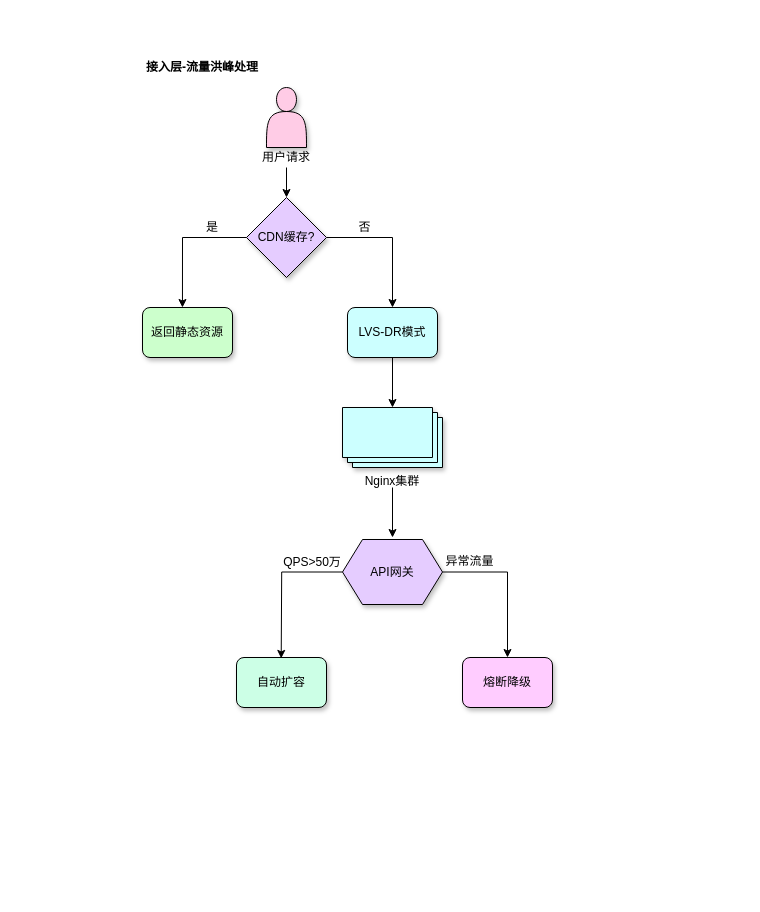
Above: achitecture_diagram/架构分层-接入层.drawio in abigalexy/online_drawing (draw.io), before the change. Source tidied: cells renumbered, new cells numbered last; positions are measured from the earlier drawing's top-left corner, leaving out a move shared by most shapes. Both pictures are drawn from the tidied source at 100%, with x=0, y=0 at pixel (142, 57).
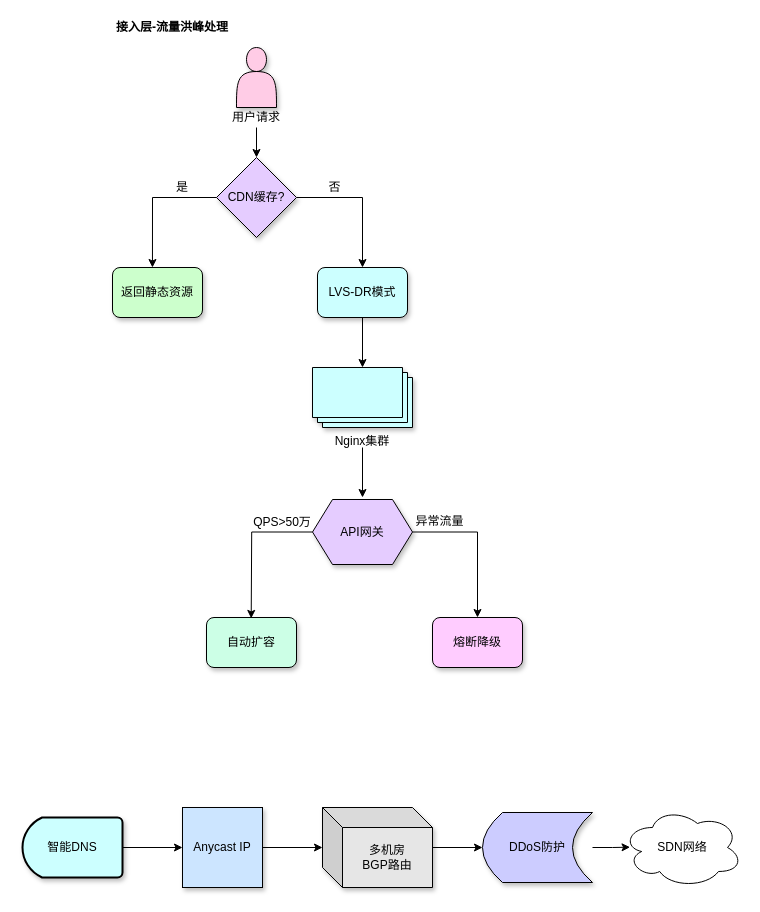
After the change.

Commit message (it also covers changes not shown here):
更新架构分层-接入层.drawio

Diff of the diagram source:
```diff
@@
+    <mxCell id="25" style="group;" parent="1" vertex="1">
+      <mxGeometry x="-30" y="-40" width="410" height="650" as="geometry" />
+    </mxCell>
-    <mxCell id="2" value="&lt;b&gt;接入层-流量洪峰处理&lt;/b&gt;" style="text;strokeColor=none;align=center;fillColor=none;html=1;verticalAlign=middle;whiteSpace=wrap;rounded=0;" parent="1" vertex="1">
+    <mxCell id="2" value="&lt;b&gt;接入层-流量洪峰处理&lt;/b&gt;" style="text;strokeColor=none;align=center;fillColor=none;html=1;verticalAlign=middle;whiteSpace=wrap;rounded=0;" parent="25" vertex="1">
       <mxGeometry width="120" height="20" as="geometry" />
     </mxCell>
-    <mxCell id="3" style="group;" parent="1" vertex="1">
+    <mxCell id="3" style="group;" parent="25" vertex="1">
       <mxGeometry y="30" width="410" height="620" as="geometry" />
     </mxCell>
@@
+    <mxCell id="26" style="group;" parent="1" vertex="1">
+      <mxGeometry x="-120" y="750" width="720" height="80" as="geometry" />
+    </mxCell>
+    <mxCell id="27" style="edgeStyle=orthogonalEdgeStyle;rounded=0;jettySize=auto;html=1;entryX=0;entryY=0.5;entryDx=0;entryDy=0;" parent="26" edge="1" source="28" target="29">
+      <mxGeometry relative="1" as="geometry" />
+    </mxCell>
+    <mxCell id="28" value="智能DNS" style="strokeWidth=2;html=1;shape=mxgraph.flowchart.delay;whiteSpace=wrap;fillColor=#CCFFFF;shadow=1;direction=west;" parent="26" vertex="1">
+      <mxGeometry y="10" width="100" height="60" as="geometry" />
+    </mxCell>
+    <mxCell id="29" value="Anycast IP" style="whiteSpace=wrap;html=1;fillColor=#CCE5FF;shadow=1;" parent="26" vertex="1">
+      <mxGeometry x="160" width="80" height="80" as="geometry" />
+    </mxCell>
+    <mxCell id="30" value="DDoS防护" style="shape=dataStorage;whiteSpace=wrap;html=1;fixedSize=1;fillColor=#CCCCFF;shadow=1;" parent="26" vertex="1">
+      <mxGeometry x="460" y="5" width="110" height="70" as="geometry" />
+    </mxCell>
+    <mxCell id="31" value="SDN网络" style="ellipse;shape=cloud;whiteSpace=wrap;html=1;fillColor=#FFFFFF;" parent="26" vertex="1">
+      <mxGeometry x="600" width="120" height="80" as="geometry" />
+    </mxCell>
+    <mxCell id="32" style="edgeStyle=orthogonalEdgeStyle;rounded=0;jettySize=auto;html=1;entryX=0;entryY=0.5;entryDx=0;entryDy=0;" parent="26" edge="1" source="33" target="30">
+      <mxGeometry relative="1" as="geometry" />
+    </mxCell>
+    <mxCell id="33" value="多机房&lt;br&gt;BGP路由" style="shape=cube;whiteSpace=wrap;html=1;boundedLbl=1;backgroundOutline=1;darkOpacity=0.05;darkOpacity2=0.1;fillColor=#E6E6E6;shadow=1;" parent="26" vertex="1">
+      <mxGeometry x="300" width="110" height="80" as="geometry" />
+    </mxCell>
+    <mxCell id="34" style="edgeStyle=orthogonalEdgeStyle;rounded=0;jettySize=auto;html=1;entryX=0;entryY=0.5;entryDx=0;entryDy=0;entryPerimeter=0;" parent="26" edge="1" source="29" target="33">
+      <mxGeometry relative="1" as="geometry" />
+    </mxCell>
+    <mxCell id="35" style="edgeStyle=orthogonalEdgeStyle;rounded=0;jettySize=auto;html=1;entryX=0.063;entryY=0.496;entryDx=0;entryDy=0;entryPerimeter=0;" parent="26" edge="1" source="30" target="31">
+      <mxGeometry relative="1" as="geometry" />
+    </mxCell>
```
